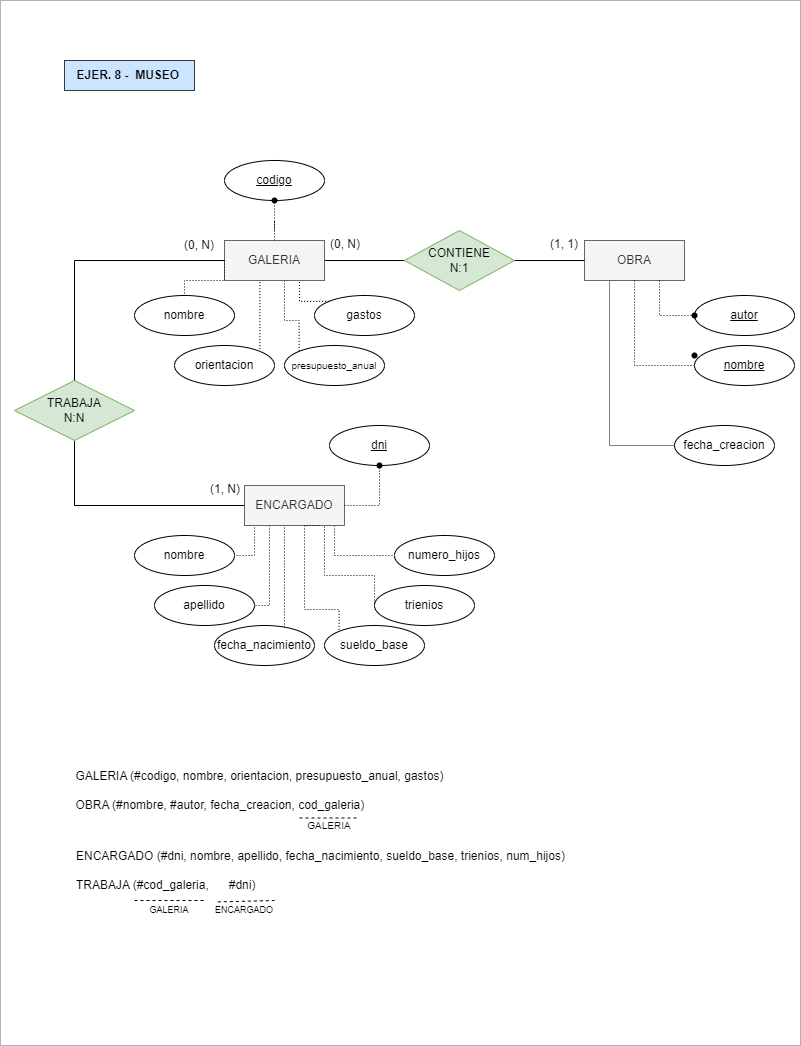
Earlier version of the draw.io export ejer8_museo.png (mdrp93/BASE-DE-DATOS). Source tidied: cells renumbered, new cells last; positions are measured from the earlier drawing's top-left corner, leaving out a move shared by most shapes.
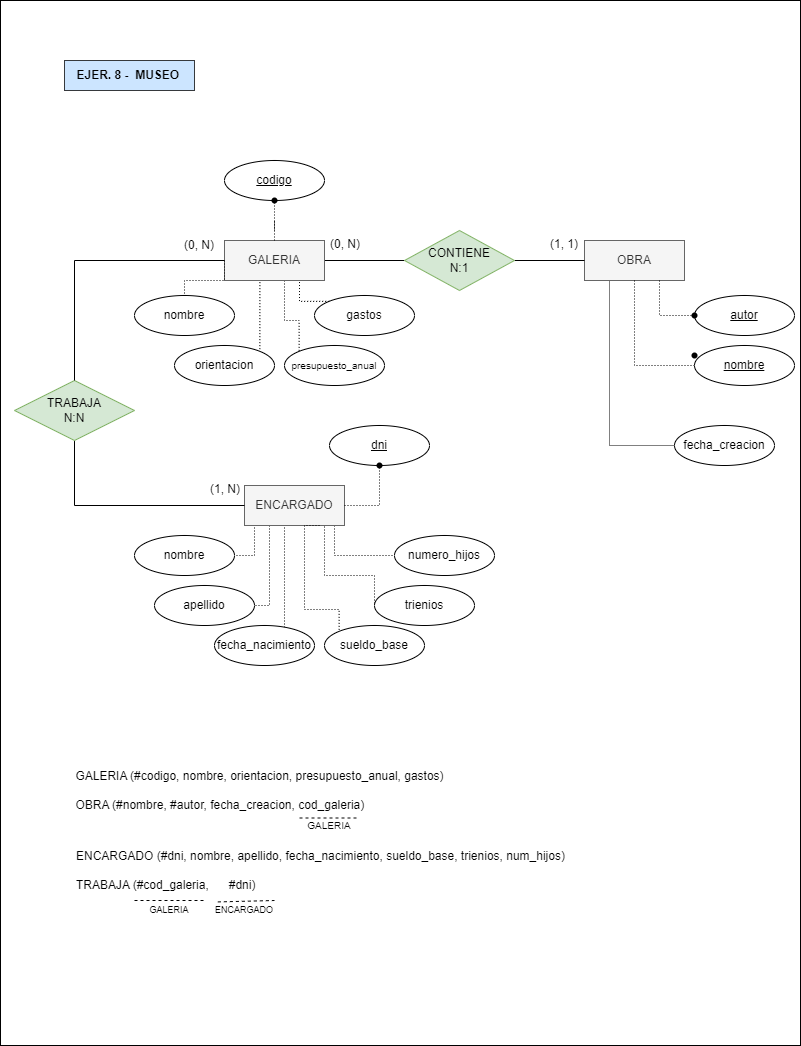
Later version of the same file.

Diff of the diagram source:
```diff
@@ -2,7 +2,7 @@
   <root>
     <mxCell id="0" />
     <mxCell id="1" parent="0" />
-    <mxCell id="2" style="rounded=0;whiteSpace=wrap;html=1;fillColor=none;strokeColor=#B3B3B3;" parent="1" vertex="1">
+    <mxCell id="2" style="rounded=0;whiteSpace=wrap;html=1;" parent="1" vertex="1">
       <mxGeometry width="800" height="1045" as="geometry" />
     </mxCell>
     <mxCell id="3" style="edgeStyle=orthogonalEdgeStyle;rounded=0;jettySize=auto;html=1;exitX=0;exitY=1;exitDx=0;exitDy=0;entryX=1;entryY=0.5;entryDx=0;entryDy=0;dashed=1;dashPattern=1 2;endArrow=none;endFill=0;" parent="1" edge="1" source="8" target="41">
```
